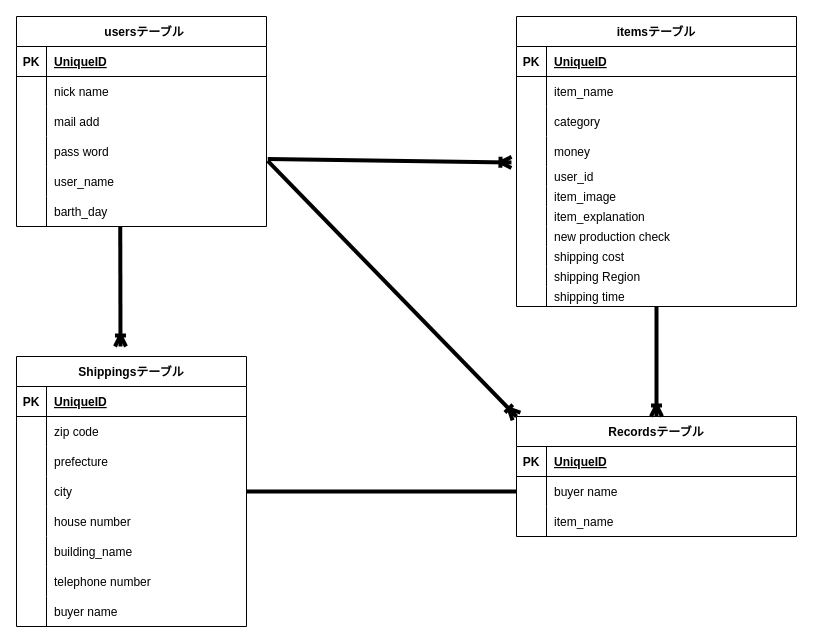
This is furima.dio from Tomapin/furima-41470, a draw.io file, before an edit. Source tidied: cells renumbered, new cells numbered last; positions are measured from the earlier drawing's top-left corner, leaving out a move shared by most shapes. Both pictures are drawn from the tidied source at 100%, with x=0, y=0 at pixel (16, 16).
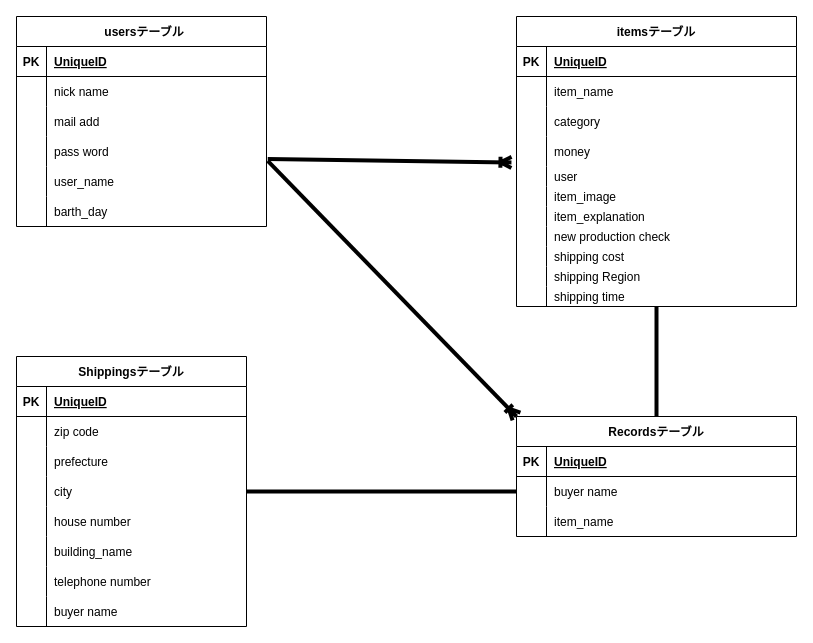
Above is the later version.

Commit message (it also covers changes not shown here):
データベース設計再作成⑧

Unchanged cells that the change refers to:
```xml
<mxCell id="18" style="shape=tableRow;horizontal=0;startSize=0;swimlaneHead=0;swimlaneBody=0;fillColor=none;points=[[0,0.5],[1,0.5]];portConstraint=eastwest;top=0;left=0;right=0;bottom=0;" parent="2" vertex="1">
  <mxGeometry y="180" width="250" height="30" as="geometry" />
</mxCell>
<mxCell id="21" value="itemsテーブル" style="shape=table;startSize=30;childLayout=tableLayout;rowLines=0;fontStyle=1;align=center;" parent="1" vertex="1">
  <mxGeometry x="500" width="280" height="290" as="geometry" />
</mxCell>
<mxCell id="34" style="shape=tableRow;horizontal=0;startSize=0;swimlaneHead=0;swimlaneBody=0;fillColor=none;points=[[0,0.5],[1,0.5]];portConstraint=eastwest;top=0;left=0;right=0;bottom=0;" parent="21" vertex="1">
  <mxGeometry y="150" width="280" height="20" as="geometry" />
</mxCell>
<mxCell id="56" value="Recordsテーブル" style="shape=table;startSize=30;childLayout=tableLayout;rowLines=0;fontStyle=1;align=center;" parent="1" vertex="1">
  <mxGeometry x="500" y="400" width="280" height="120" as="geometry" />
</mxCell>
```

Change to the diagram source:
```diff
@@
-    <mxCell id="36" value="user_id" style="shape=partialRectangle;fillColor=none;top=0;left=0;bottom=0;right=0;align=left;spacingLeft=6;overflow=hidden;" parent="34" vertex="1">
+    <mxCell id="36" value="user" style="shape=partialRectangle;fillColor=none;top=0;left=0;bottom=0;right=0;align=left;spacingLeft=6;overflow=hidden;" parent="34" vertex="1">
       <mxGeometry x="30" width="250" height="20" as="geometry" />
     </mxCell>
@@
-    <mxCell id="67" style="edgeStyle=none;jettySize=auto;html=1;strokeWidth=4;startArrow=ERoneToMany;startFill=0;endArrow=none;endFill=0;exitX=0.5;exitY=0;exitDx=0;exitDy=0;entryX=0.5;entryY=1;entryDx=0;entryDy=0;" parent="1" edge="1" source="56" target="21">
+    <mxCell id="67" style="edgeStyle=none;jettySize=auto;html=1;strokeWidth=4;startArrow=none;startFill=0;endArrow=none;endFill=0;exitX=0.5;exitY=0;exitDx=0;exitDy=0;entryX=0.5;entryY=1;entryDx=0;entryDy=0;" parent="1" edge="1" source="56" target="21">
       <mxGeometry relative="1" as="geometry" />
     </mxCell>
@@
-    <mxCell id="93" style="jettySize=auto;html=1;strokeWidth=4;startArrow=ERoneToMany;startFill=0;endArrow=none;endFill=0;entryX=0.415;entryY=1.007;entryDx=0;entryDy=0;entryPerimeter=0;" parent="1" edge="1" target="18">
-      <mxGeometry relative="1" as="geometry">
-        <mxPoint x="104" y="330" as="sourcePoint" />
-      </mxGeometry>
-    </mxCell>
```
